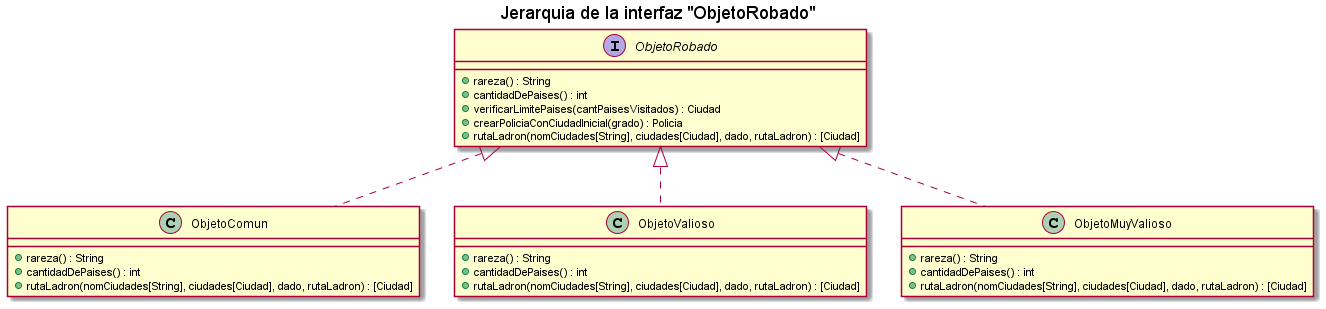
Above: diagrams/classes/entrega4/DC_jerarquia_objetos.png in kmu01/Algo3_tp2 (PlantUML), before the change. Its diagram source:
```plantuml
@startuml
title Jerarquia de la interfaz "ObjetoRobado"
interface ObjetoRobado{
    + rareza() : String
    + cantidadDePaises() : int
    + verificarLimitePaises(cantPaisesVisitados) : Ciudad
    + crearPoliciaConCiudadInicial(grado) : Policia
    + rutaLadron(nomCiudades[String], ciudades[Ciudad], dado, rutaLadron) : [Ciudad]
}

class ObjetoComun{
    + rareza() : String
    + cantidadDePaises() : int
    + rutaLadron(nomCiudades[String], ciudades[Ciudad], dado, rutaLadron) : [Ciudad]
}
class ObjetoValioso{
    + rareza() : String
    + cantidadDePaises() : int
    + rutaLadron(nomCiudades[String], ciudades[Ciudad], dado, rutaLadron) : [Ciudad]
}
class ObjetoMuyValioso{
    + rareza() : String
    + cantidadDePaises() : int
    + rutaLadron(nomCiudades[String], ciudades[Ciudad], dado, rutaLadron) : [Ciudad]
}

ObjetoRobado <|.. ObjetoComun
ObjetoRobado <|.. ObjetoValioso
ObjetoRobado <|.. ObjetoMuyValioso

@enduml
```
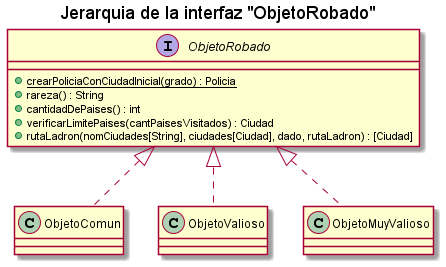
The same file after the commit.

The edit, as a diff of the source:
```diff
@@ -1,27 +1,21 @@
 @startuml
 title Jerarquia de la interfaz "ObjetoRobado"
 interface ObjetoRobado{
+    + {static} crearPoliciaConCiudadInicial(grado) : Policia
     + rareza() : String
     + cantidadDePaises() : int
     + verificarLimitePaises(cantPaisesVisitados) : Ciudad
-    + crearPoliciaConCiudadInicial(grado) : Policia
     + rutaLadron(nomCiudades[String], ciudades[Ciudad], dado, rutaLadron) : [Ciudad]
 }
 
 class ObjetoComun{
-    + rareza() : String
-    + cantidadDePaises() : int
-    + rutaLadron(nomCiudades[String], ciudades[Ciudad], dado, rutaLadron) : [Ciudad]
+
 }
 class ObjetoValioso{
-    + rareza() : String
-    + cantidadDePaises() : int
-    + rutaLadron(nomCiudades[String], ciudades[Ciudad], dado, rutaLadron) : [Ciudad]
+
 }
 class ObjetoMuyValioso{
-    + rareza() : String
-    + cantidadDePaises() : int
-    + rutaLadron(nomCiudades[String], ciudades[Ciudad], dado, rutaLadron) : [Ciudad]
+
 }
 
 ObjetoRobado <|.. ObjetoComun
```
